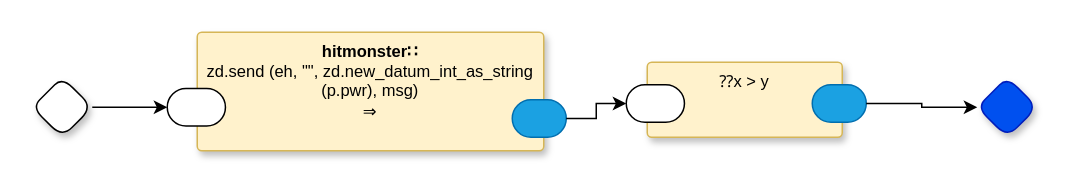
Earlier version of the draw.io diagram page "Page-1" (1 of 3) of small-test.drawio (guitarvydas/gen0d). Source tidied: cells renumbered, new cells numbered last; positions are measured from the earlier drawing's top-left corner, leaving out a move shared by most shapes. Both pictures are drawn from the tidied source at 150%, with x=0, y=0 at pixel (32, 32).
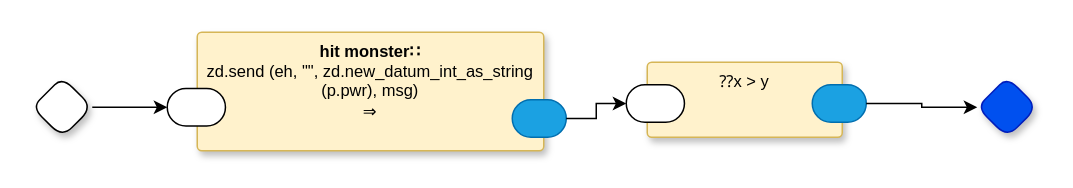
After the change.

The edit, as a diff of the source:
```diff
@@
 <mxGraphModel>
   <root>
     <mxCell id="0" />
     <mxCell id="1" parent="0" />
-    <mxCell id="2" value="&lt;b style=&quot;border-color: var(--border-color);&quot;&gt;hitmonster∷&lt;br&gt;&lt;/b&gt;zd.send (eh, &quot;&quot;, zd.new_datum_int_as_string (p.pwr), msg)&lt;br&gt;⇒" style="rounded=1;whiteSpace=wrap;html=1;sketch=0;verticalAlign=top;arcSize=6;fontStyle=0;absoluteArcSize=1;shadow=1;strokeColor=#d6b656;fillColor=#fff2cc;fontFamily=Helvetica;fontSize=11;" parent="1" vertex="1">
+    <mxCell id="2" value="&lt;b style=&quot;border-color: var(--border-color);&quot;&gt;hit monster∷&lt;br&gt;&lt;/b&gt;zd.send (eh, &quot;&quot;, zd.new_datum_int_as_string (p.pwr), msg)&lt;br&gt;⇒" style="rounded=1;whiteSpace=wrap;html=1;sketch=0;verticalAlign=top;arcSize=6;fontStyle=0;absoluteArcSize=1;shadow=1;strokeColor=#d6b656;fillColor=#fff2cc;fontFamily=Helvetica;fontSize=11;" parent="1" vertex="1">
       <mxGeometry x="110" width="231" height="79" as="geometry" />
     </mxCell>
     <mxCell id="3" style="rounded=1;whiteSpace=wrap;html=1;sketch=0;points=[[0,0.5,0,0,0],[1,0.5,0,0,0]];arcSize=50;fontFamily=Helvetica;fontSize=11;fontColor=default;" parent="2" vertex="1">
       <mxGeometry x="-20" y="37.5" width="38.8" height="25" as="geometry" />
     </mxCell>
     <mxCell id="4" style="rounded=1;whiteSpace=wrap;html=1;sketch=0;points=[[0,0.5,0,0,0],[1,0.5,0,0,0]];fillColor=#1ba1e2;fontColor=#ffffff;strokeColor=#006EAF;arcSize=50;fontFamily=Helvetica;fontSize=11;" parent="2" vertex="1">
       <mxGeometry x="210" y="45" width="36" height="25" as="geometry" />
     </mxCell>
     <mxCell id="5" style="rhombus;whiteSpace=wrap;html=1;rounded=1;fontStyle=1;glass=0;sketch=0;fontSize=12;points=[[0,0.5,0,0,0],[0.5,0,0,0,0],[0.5,1,0,0,0],[1,0.5,0,0,0]];shadow=1;fontFamily=Helvetica;fontColor=default;" parent="1" vertex="1">
       <mxGeometry y="30" width="40" height="40" as="geometry" />
     </mxCell>
     <mxCell id="6" style="edgeStyle=orthogonalEdgeStyle;rounded=0;jettySize=auto;html=1;entryX=0;entryY=0.5;entryDx=0;entryDy=0;entryPerimeter=0;" parent="1" edge="1" source="5" target="3">
       <mxGeometry relative="1" as="geometry" />
     </mxCell>
     <mxCell id="7" style="rhombus;whiteSpace=wrap;html=1;rounded=1;fontStyle=1;glass=0;sketch=0;fontSize=12;points=[[0,0.5,0,0,0],[0.5,0,0,0,0],[0.5,1,0,0,0],[1,0.5,0,0,0]];shadow=1;fillColor=#0050ef;fontColor=#ffffff;strokeColor=#001DBC;fontFamily=Helvetica;" parent="1" vertex="1">
       <mxGeometry x="630" y="30" width="40" height="40" as="geometry" />
     </mxCell>
     <mxCell id="8" value="⁇x &amp;gt; y" style="rounded=1;whiteSpace=wrap;html=1;sketch=0;verticalAlign=top;arcSize=6;fontStyle=0;absoluteArcSize=1;shadow=1;strokeColor=#d6b656;fillColor=#fff2cc;fontFamily=Helvetica;fontSize=11;" parent="1" vertex="1">
       <mxGeometry x="410" y="20" width="130" height="50" as="geometry" />
     </mxCell>
     <mxCell id="9" style="rounded=1;whiteSpace=wrap;html=1;sketch=0;points=[[0,0.5,0,0,0],[1,0.5,0,0,0]];arcSize=50;fontFamily=Helvetica;fontSize=11;fontColor=default;" parent="8" vertex="1">
       <mxGeometry x="-14" y="15" width="38.8" height="25" as="geometry" />
     </mxCell>
     <mxCell id="10" style="rounded=1;whiteSpace=wrap;html=1;sketch=0;points=[[0,0.5,0,0,0],[1,0.5,0,0,0]];fillColor=#1ba1e2;fontColor=#ffffff;strokeColor=#006EAF;arcSize=50;fontFamily=Helvetica;fontSize=11;" parent="8" vertex="1">
       <mxGeometry x="110" y="15" width="36" height="25" as="geometry" />
     </mxCell>
     <mxCell id="11" style="edgeStyle=orthogonalEdgeStyle;rounded=0;jettySize=auto;html=1;exitX=1;exitY=0.5;exitDx=0;exitDy=0;exitPerimeter=0;entryX=0;entryY=0.5;entryDx=0;entryDy=0;entryPerimeter=0;" parent="1" edge="1" source="4" target="9">
       <mxGeometry relative="1" as="geometry" />
     </mxCell>
     <mxCell id="12" style="edgeStyle=orthogonalEdgeStyle;rounded=0;jettySize=auto;html=1;exitX=1;exitY=0.5;exitDx=0;exitDy=0;exitPerimeter=0;entryX=0;entryY=0.5;entryDx=0;entryDy=0;entryPerimeter=0;" parent="1" edge="1" source="10" target="7">
       <mxGeometry relative="1" as="geometry" />
     </mxCell>
   </root>
 </mxGraphModel>
```
